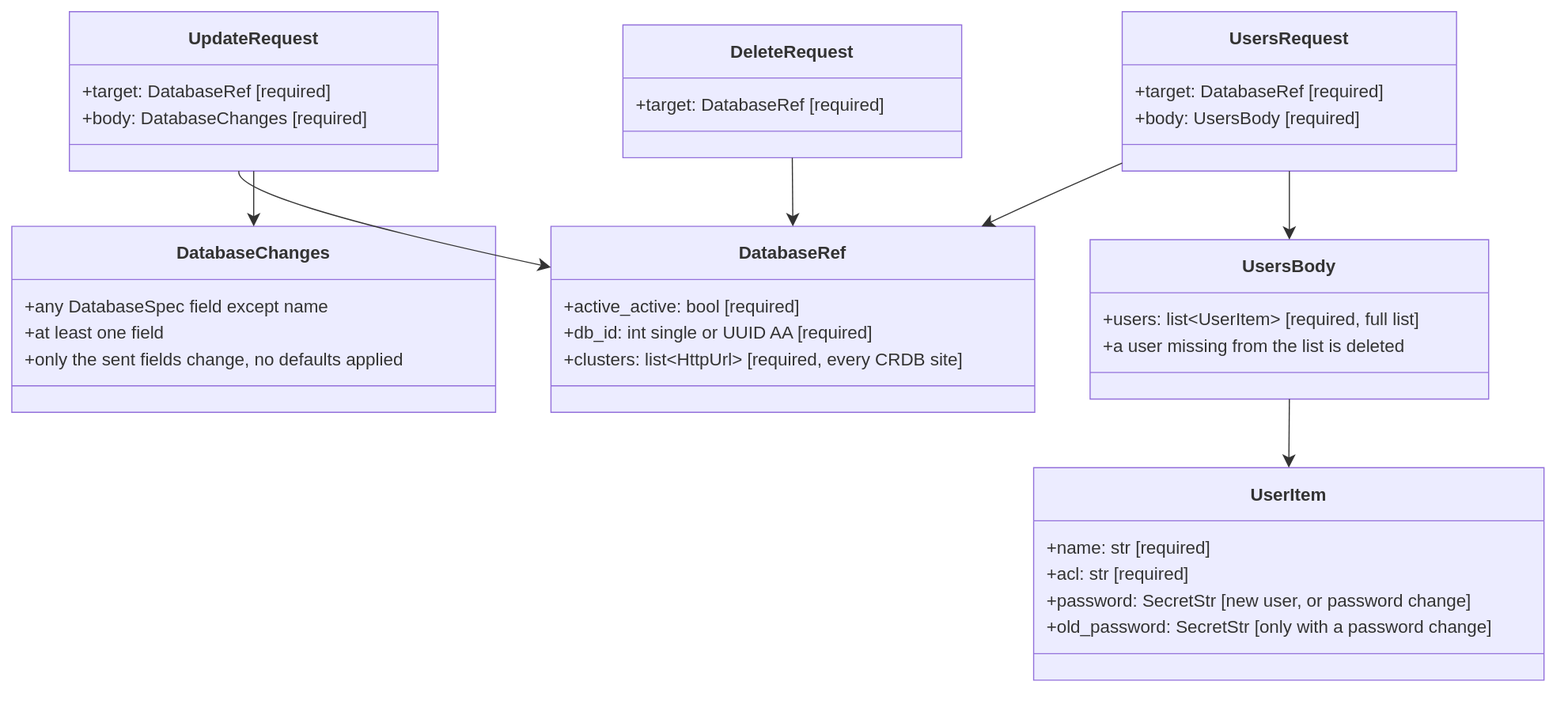
The draw.io diagram docs/dr/diagrams/20-api-models-edit.drawio.svg in EliShteinman/redis-enterprise-services, before a commit. Source tidied: cells renumbered, new cells last; positions are measured from the earlier drawing's top-left corner, leaving out a move shared by most shapes.
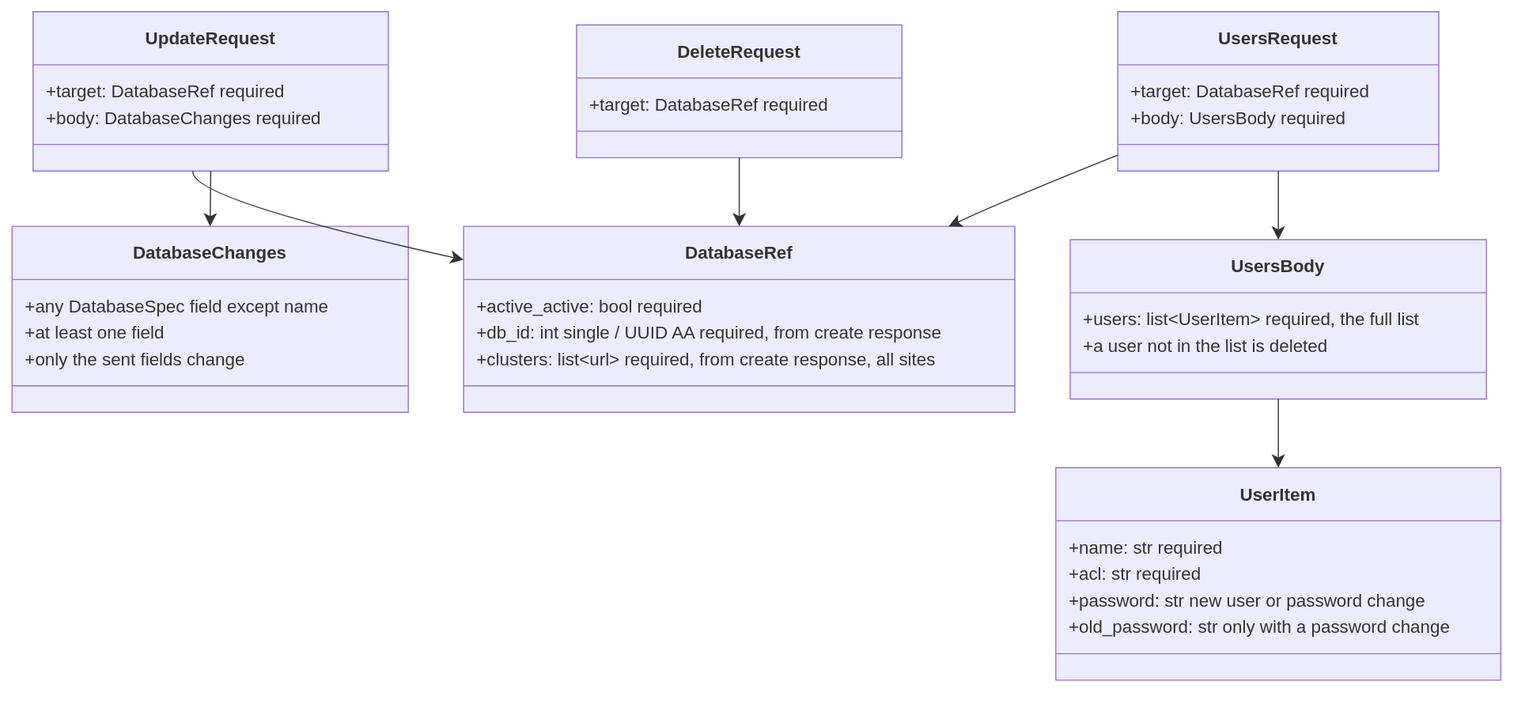
After the commit.

What changed in the source:
```diff
@@ -3,109 +3,109 @@
     <mxCell id="0" />
     <mxCell id="1" parent="0" />
     <mxCell id="2" value="&lt;b&gt;UpdateRequest&lt;/b&gt;" style="swimlane;html=1;fontStyle=1;fontSize=16;align=center;verticalAlign=middle;horizontal=1;startSize=48;swimlaneFillColor=light-dark(#ECECFF,#1f2020);whiteSpace=wrap;fillColor=light-dark(#ECECFF,#1f2020);strokeColor=light-dark(#9370DB,#cccccc);fontColor=light-dark(#333333,#cccccc);fontFamily=Trebuchet MS,Verdana,Arial,sans-serif;" parent="1" vertex="1">
-      <mxGeometry x="52" width="333" height="144" as="geometry" />
+      <mxGeometry x="19" width="321" height="144" as="geometry" />
     </mxCell>
-    <mxCell id="3" value="+target: DatabaseRef [required]" style="text;fontSize=16;strokeColor=none;fillColor=none;align=left;verticalAlign=middle;spacingLeft=10;spacingRight=12;spacingBottom=2;overflow=hidden;fontFamily=Trebuchet MS,Verdana,Arial,sans-serif;fontColor=light-dark(#333333,#cccccc);" parent="2" vertex="1">
-      <mxGeometry y="60" width="333" height="24" as="geometry" />
+    <mxCell id="3" value="+target: DatabaseRef required" style="text;fontSize=16;strokeColor=none;fillColor=none;align=left;verticalAlign=middle;spacingLeft=10;spacingRight=12;spacingBottom=2;overflow=hidden;fontFamily=Trebuchet MS,Verdana,Arial,sans-serif;fontColor=light-dark(#333333,#cccccc);" parent="2" vertex="1">
+      <mxGeometry y="60" width="321" height="24" as="geometry" />
     </mxCell>
-    <mxCell id="4" value="+body: DatabaseChanges [required]" style="text;fontSize=16;strokeColor=none;fillColor=none;align=left;verticalAlign=middle;spacingLeft=10;spacingRight=12;spacingBottom=2;overflow=hidden;fontFamily=Trebuchet MS,Verdana,Arial,sans-serif;fontColor=light-dark(#333333,#cccccc);" parent="2" vertex="1">
-      <mxGeometry y="84" width="333" height="24" as="geometry" />
+    <mxCell id="4" value="+body: DatabaseChanges required" style="text;fontSize=16;strokeColor=none;fillColor=none;align=left;verticalAlign=middle;spacingLeft=10;spacingRight=12;spacingBottom=2;overflow=hidden;fontFamily=Trebuchet MS,Verdana,Arial,sans-serif;fontColor=light-dark(#333333,#cccccc);" parent="2" vertex="1">
+      <mxGeometry y="84" width="321" height="24" as="geometry" />
     </mxCell>
     <mxCell id="5" style="line;strokeWidth=1;fillColor=none;spacingLeft=3;spacingRight=3;strokeColor=inherit;" parent="2" vertex="1">
-      <mxGeometry y="108" width="333" height="24" as="geometry" />
+      <mxGeometry y="108" width="321" height="24" as="geometry" />
     </mxCell>
     <mxCell id="6" value="&lt;b&gt;UsersRequest&lt;/b&gt;" style="swimlane;html=1;fontStyle=1;fontSize=16;align=center;verticalAlign=middle;horizontal=1;startSize=48;swimlaneFillColor=light-dark(#ECECFF,#1f2020);whiteSpace=wrap;fillColor=light-dark(#ECECFF,#1f2020);strokeColor=light-dark(#9370DB,#cccccc);fontColor=light-dark(#333333,#cccccc);fontFamily=Trebuchet MS,Verdana,Arial,sans-serif;" parent="1" vertex="1">
-      <mxGeometry x="1003" width="302" height="144" as="geometry" />
+      <mxGeometry x="999" width="290" height="144" as="geometry" />
     </mxCell>
-    <mxCell id="7" value="+target: DatabaseRef [required]" style="text;fontSize=16;strokeColor=none;fillColor=none;align=left;verticalAlign=middle;spacingLeft=10;spacingRight=12;spacingBottom=2;overflow=hidden;fontFamily=Trebuchet MS,Verdana,Arial,sans-serif;fontColor=light-dark(#333333,#cccccc);" parent="6" vertex="1">
-      <mxGeometry y="60" width="302" height="24" as="geometry" />
+    <mxCell id="7" value="+target: DatabaseRef required" style="text;fontSize=16;strokeColor=none;fillColor=none;align=left;verticalAlign=middle;spacingLeft=10;spacingRight=12;spacingBottom=2;overflow=hidden;fontFamily=Trebuchet MS,Verdana,Arial,sans-serif;fontColor=light-dark(#333333,#cccccc);" parent="6" vertex="1">
+      <mxGeometry y="60" width="290" height="24" as="geometry" />
     </mxCell>
-    <mxCell id="8" value="+body: UsersBody [required]" style="text;fontSize=16;strokeColor=none;fillColor=none;align=left;verticalAlign=middle;spacingLeft=10;spacingRight=12;spacingBottom=2;overflow=hidden;fontFamily=Trebuchet MS,Verdana,Arial,sans-serif;fontColor=light-dark(#333333,#cccccc);" parent="6" vertex="1">
-      <mxGeometry y="84" width="302" height="24" as="geometry" />
+    <mxCell id="8" value="+body: UsersBody required" style="text;fontSize=16;strokeColor=none;fillColor=none;align=left;verticalAlign=middle;spacingLeft=10;spacingRight=12;spacingBottom=2;overflow=hidden;fontFamily=Trebuchet MS,Verdana,Arial,sans-serif;fontColor=light-dark(#333333,#cccccc);" parent="6" vertex="1">
+      <mxGeometry y="84" width="290" height="24" as="geometry" />
     </mxCell>
     <mxCell id="9" style="line;strokeWidth=1;fillColor=none;spacingLeft=3;spacingRight=3;strokeColor=inherit;" parent="6" vertex="1">
-      <mxGeometry y="108" width="302" height="24" as="geometry" />
+      <mxGeometry y="108" width="290" height="24" as="geometry" />
     </mxCell>
     <mxCell id="10" value="&lt;b&gt;DeleteRequest&lt;/b&gt;" style="swimlane;html=1;fontStyle=1;fontSize=16;align=center;verticalAlign=middle;horizontal=1;startSize=48;swimlaneFillColor=light-dark(#ECECFF,#1f2020);whiteSpace=wrap;fillColor=light-dark(#ECECFF,#1f2020);strokeColor=light-dark(#9370DB,#cccccc);fontColor=light-dark(#333333,#cccccc);fontFamily=Trebuchet MS,Verdana,Arial,sans-serif;" parent="1" vertex="1">
-      <mxGeometry x="552" y="12" width="306" height="120" as="geometry" />
+      <mxGeometry x="510" y="12" width="294" height="120" as="geometry" />
     </mxCell>
-    <mxCell id="11" value="+target: DatabaseRef [required]" style="text;fontSize=16;strokeColor=none;fillColor=none;align=left;verticalAlign=middle;spacingLeft=10;spacingRight=12;spacingBottom=2;overflow=hidden;fontFamily=Trebuchet MS,Verdana,Arial,sans-serif;fontColor=light-dark(#333333,#cccccc);" parent="10" vertex="1">
-      <mxGeometry y="60" width="306" height="24" as="geometry" />
+    <mxCell id="11" value="+target: DatabaseRef required" style="text;fontSize=16;strokeColor=none;fillColor=none;align=left;verticalAlign=middle;spacingLeft=10;spacingRight=12;spacingBottom=2;overflow=hidden;fontFamily=Trebuchet MS,Verdana,Arial,sans-serif;fontColor=light-dark(#333333,#cccccc);" parent="10" vertex="1">
+      <mxGeometry y="60" width="294" height="24" as="geometry" />
     </mxCell>
     <mxCell id="12" style="line;strokeWidth=1;fillColor=none;spacingLeft=3;spacingRight=3;strokeColor=inherit;" parent="10" vertex="1">
-      <mxGeometry y="84" width="306" height="24" as="geometry" />
+      <mxGeometry y="84" width="294" height="24" as="geometry" />
     </mxCell>
     <mxCell id="13" value="&lt;b&gt;DatabaseRef&lt;/b&gt;" style="swimlane;html=1;fontStyle=1;fontSize=16;align=center;verticalAlign=middle;horizontal=1;startSize=48;swimlaneFillColor=light-dark(#ECECFF,#1f2020);whiteSpace=wrap;fillColor=light-dark(#ECECFF,#1f2020);strokeColor=light-dark(#9370DB,#cccccc);fontColor=light-dark(#333333,#cccccc);fontFamily=Trebuchet MS,Verdana,Arial,sans-serif;" parent="1" vertex="1">
-      <mxGeometry x="487" y="194" width="437" height="168" as="geometry" />
+      <mxGeometry x="408" y="194" width="498" height="168" as="geometry" />
     </mxCell>
-    <mxCell id="14" value="+active_active: bool [required]" style="text;fontSize=16;strokeColor=none;fillColor=none;align=left;verticalAlign=middle;spacingLeft=10;spacingRight=12;spacingBottom=2;overflow=hidden;fontFamily=Trebuchet MS,Verdana,Arial,sans-serif;fontColor=light-dark(#333333,#cccccc);" parent="13" vertex="1">
-      <mxGeometry y="60" width="437" height="24" as="geometry" />
+    <mxCell id="14" value="+active_active: bool required" style="text;fontSize=16;strokeColor=none;fillColor=none;align=left;verticalAlign=middle;spacingLeft=10;spacingRight=12;spacingBottom=2;overflow=hidden;fontFamily=Trebuchet MS,Verdana,Arial,sans-serif;fontColor=light-dark(#333333,#cccccc);" parent="13" vertex="1">
+      <mxGeometry y="60" width="498" height="24" as="geometry" />
     </mxCell>
-    <mxCell id="15" value="+db_id: int single or UUID AA [required]" style="text;fontSize=16;strokeColor=none;fillColor=none;align=left;verticalAlign=middle;spacingLeft=10;spacingRight=12;spacingBottom=2;overflow=hidden;fontFamily=Trebuchet MS,Verdana,Arial,sans-serif;fontColor=light-dark(#333333,#cccccc);" parent="13" vertex="1">
-      <mxGeometry y="84" width="437" height="24" as="geometry" />
+    <mxCell id="15" value="+db_id: int single / UUID AA required, from create response" style="text;fontSize=16;strokeColor=none;fillColor=none;align=left;verticalAlign=middle;spacingLeft=10;spacingRight=12;spacingBottom=2;overflow=hidden;fontFamily=Trebuchet MS,Verdana,Arial,sans-serif;fontColor=light-dark(#333333,#cccccc);" parent="13" vertex="1">
+      <mxGeometry y="84" width="498" height="24" as="geometry" />
     </mxCell>
-    <mxCell id="16" value="+clusters: list&lt;HttpUrl&gt; [required, every CRDB site]" style="text;fontSize=16;strokeColor=none;fillColor=none;align=left;verticalAlign=middle;spacingLeft=10;spacingRight=12;spacingBottom=2;overflow=hidden;fontFamily=Trebuchet MS,Verdana,Arial,sans-serif;fontColor=light-dark(#333333,#cccccc);" parent="13" vertex="1">
-      <mxGeometry y="108" width="437" height="24" as="geometry" />
+    <mxCell id="16" value="+clusters: list&lt;url&gt; required, from create response, all sites" style="text;fontSize=16;strokeColor=none;fillColor=none;align=left;verticalAlign=middle;spacingLeft=10;spacingRight=12;spacingBottom=2;overflow=hidden;fontFamily=Trebuchet MS,Verdana,Arial,sans-serif;fontColor=light-dark(#333333,#cccccc);" parent="13" vertex="1">
+      <mxGeometry y="108" width="498" height="24" as="geometry" />
     </mxCell>
     <mxCell id="17" style="line;strokeWidth=1;fillColor=none;spacingLeft=3;spacingRight=3;strokeColor=inherit;" parent="13" vertex="1">
-      <mxGeometry y="132" width="437" height="24" as="geometry" />
+      <mxGeometry y="132" width="498" height="24" as="geometry" />
     </mxCell>
     <mxCell id="18" value="&lt;b&gt;DatabaseChanges&lt;/b&gt;" style="swimlane;html=1;fontStyle=1;fontSize=16;align=center;verticalAlign=middle;horizontal=1;startSize=48;swimlaneFillColor=light-dark(#ECECFF,#1f2020);whiteSpace=wrap;fillColor=light-dark(#ECECFF,#1f2020);strokeColor=light-dark(#9370DB,#cccccc);fontColor=light-dark(#333333,#cccccc);fontFamily=Trebuchet MS,Verdana,Arial,sans-serif;" parent="1" vertex="1">
-      <mxGeometry y="194" width="437" height="168" as="geometry" />
+      <mxGeometry y="194" width="358" height="168" as="geometry" />
     </mxCell>
     <mxCell id="19" value="+any DatabaseSpec field except name" style="text;fontSize=16;strokeColor=none;fillColor=none;align=left;verticalAlign=middle;spacingLeft=10;spacingRight=12;spacingBottom=2;overflow=hidden;fontFamily=Trebuchet MS,Verdana,Arial,sans-serif;fontColor=light-dark(#333333,#cccccc);" parent="18" vertex="1">
-      <mxGeometry y="60" width="437" height="24" as="geometry" />
+      <mxGeometry y="60" width="358" height="24" as="geometry" />
     </mxCell>
     <mxCell id="20" value="+at least one field" style="text;fontSize=16;strokeColor=none;fillColor=none;align=left;verticalAlign=middle;spacingLeft=10;spacingRight=12;spacingBottom=2;overflow=hidden;fontFamily=Trebuchet MS,Verdana,Arial,sans-serif;fontColor=light-dark(#333333,#cccccc);" parent="18" vertex="1">
-      <mxGeometry y="84" width="437" height="24" as="geometry" />
+      <mxGeometry y="84" width="358" height="24" as="geometry" />
     </mxCell>
-    <mxCell id="21" value="+only the sent fields change, no defaults applied" style="text;fontSize=16;strokeColor=none;fillColor=none;align=left;verticalAlign=middle;spacingLeft=10;spacingRight=12;spacingBottom=2;overflow=hidden;fontFamily=Trebuchet MS,Verdana,Arial,sans-serif;fontColor=light-dark(#333333,#cccccc);" parent="18" vertex="1">
-      <mxGeometry y="108" width="437" height="24" as="geometry" />
+    <mxCell id="21" value="+only the sent fields change" style="text;fontSize=16;strokeColor=none;fillColor=none;align=left;verticalAlign=middle;spacingLeft=10;spacingRight=12;spacingBottom=2;overflow=hidden;fontFamily=Trebuchet MS,Verdana,Arial,sans-serif;fontColor=light-dark(#333333,#cccccc);" parent="18" vertex="1">
+      <mxGeometry y="108" width="358" height="24" as="geometry" />
     </mxCell>
     <mxCell id="22" style="line;strokeWidth=1;fillColor=none;spacingLeft=3;spacingRight=3;strokeColor=inherit;" parent="18" vertex="1">
-      <mxGeometry y="132" width="437" height="24" as="geometry" />
+      <mxGeometry y="132" width="358" height="24" as="geometry" />
     </mxCell>
     <mxCell id="23" value="&lt;b&gt;UsersBody&lt;/b&gt;" style="swimlane;html=1;fontStyle=1;fontSize=16;align=center;verticalAlign=middle;horizontal=1;startSize=48;swimlaneFillColor=light-dark(#ECECFF,#1f2020);whiteSpace=wrap;fillColor=light-dark(#ECECFF,#1f2020);strokeColor=light-dark(#9370DB,#cccccc);fontColor=light-dark(#333333,#cccccc);fontFamily=Trebuchet MS,Verdana,Arial,sans-serif;" parent="1" vertex="1">
-      <mxGeometry x="974" y="206" width="360" height="144" as="geometry" />
+      <mxGeometry x="956" y="206" width="376" height="144" as="geometry" />
     </mxCell>
-    <mxCell id="24" value="+users: list&lt;UserItem&gt; [required, full list]" style="text;fontSize=16;strokeColor=none;fillColor=none;align=left;verticalAlign=middle;spacingLeft=10;spacingRight=12;spacingBottom=2;overflow=hidden;fontFamily=Trebuchet MS,Verdana,Arial,sans-serif;fontColor=light-dark(#333333,#cccccc);" parent="23" vertex="1">
-      <mxGeometry y="60" width="360" height="24" as="geometry" />
+    <mxCell id="24" value="+users: list&lt;UserItem&gt; required, the full list" style="text;fontSize=16;strokeColor=none;fillColor=none;align=left;verticalAlign=middle;spacingLeft=10;spacingRight=12;spacingBottom=2;overflow=hidden;fontFamily=Trebuchet MS,Verdana,Arial,sans-serif;fontColor=light-dark(#333333,#cccccc);" parent="23" vertex="1">
+      <mxGeometry y="60" width="376" height="24" as="geometry" />
     </mxCell>
-    <mxCell id="25" value="+a user missing from the list is deleted" style="text;fontSize=16;strokeColor=none;fillColor=none;align=left;verticalAlign=middle;spacingLeft=10;spacingRight=12;spacingBottom=2;overflow=hidden;fontFamily=Trebuchet MS,Verdana,Arial,sans-serif;fontColor=light-dark(#333333,#cccccc);" parent="23" vertex="1">
-      <mxGeometry y="84" width="360" height="24" as="geometry" />
+    <mxCell id="25" value="+a user not in the list is deleted" style="text;fontSize=16;strokeColor=none;fillColor=none;align=left;verticalAlign=middle;spacingLeft=10;spacingRight=12;spacingBottom=2;overflow=hidden;fontFamily=Trebuchet MS,Verdana,Arial,sans-serif;fontColor=light-dark(#333333,#cccccc);" parent="23" vertex="1">
+      <mxGeometry y="84" width="376" height="24" as="geometry" />
     </mxCell>
     <mxCell id="26" style="line;strokeWidth=1;fillColor=none;spacingLeft=3;spacingRight=3;strokeColor=inherit;" parent="23" vertex="1">
-      <mxGeometry y="108" width="360" height="24" as="geometry" />
+      <mxGeometry y="108" width="376" height="24" as="geometry" />
     </mxCell>
     <mxCell id="27" value="&lt;b&gt;UserItem&lt;/b&gt;" style="swimlane;html=1;fontStyle=1;fontSize=16;align=center;verticalAlign=middle;horizontal=1;startSize=48;swimlaneFillColor=light-dark(#ECECFF,#1f2020);whiteSpace=wrap;fillColor=light-dark(#ECECFF,#1f2020);strokeColor=light-dark(#9370DB,#cccccc);fontColor=light-dark(#333333,#cccccc);fontFamily=Trebuchet MS,Verdana,Arial,sans-serif;" parent="1" vertex="1">
-      <mxGeometry x="923" y="412" width="461" height="192" as="geometry" />
+      <mxGeometry x="943" y="412" width="402" height="192" as="geometry" />
     </mxCell>
-    <mxCell id="28" value="+name: str [required]" style="text;fontSize=16;strokeColor=none;fillColor=none;align=left;verticalAlign=middle;spacingLeft=10;spacingRight=12;spacingBottom=2;overflow=hidden;fontFamily=Trebuchet MS,Verdana,Arial,sans-serif;fontColor=light-dark(#333333,#cccccc);" parent="27" vertex="1">
-      <mxGeometry y="60" width="461" height="24" as="geometry" />
+    <mxCell id="28" value="+name: str required" style="text;fontSize=16;strokeColor=none;fillColor=none;align=left;verticalAlign=middle;spacingLeft=10;spacingRight=12;spacingBottom=2;overflow=hidden;fontFamily=Trebuchet MS,Verdana,Arial,sans-serif;fontColor=light-dark(#333333,#cccccc);" parent="27" vertex="1">
+      <mxGeometry y="60" width="402" height="24" as="geometry" />
     </mxCell>
-    <mxCell id="29" value="+acl: str [required]" style="text;fontSize=16;strokeColor=none;fillColor=none;align=left;verticalAlign=middle;spacingLeft=10;spacingRight=12;spacingBottom=2;overflow=hidden;fontFamily=Trebuchet MS,Verdana,Arial,sans-serif;fontColor=light-dark(#333333,#cccccc);" parent="27" vertex="1">
-      <mxGeometry y="84" width="461" height="24" as="geometry" />
+    <mxCell id="29" value="+acl: str required" style="text;fontSize=16;strokeColor=none;fillColor=none;align=left;verticalAlign=middle;spacingLeft=10;spacingRight=12;spacingBottom=2;overflow=hidden;fontFamily=Trebuchet MS,Verdana,Arial,sans-serif;fontColor=light-dark(#333333,#cccccc);" parent="27" vertex="1">
+      <mxGeometry y="84" width="402" height="24" as="geometry" />
     </mxCell>
-    <mxCell id="30" value="+password: SecretStr [new user, or password change]" style="text;fontSize=16;strokeColor=none;fillColor=none;align=left;verticalAlign=middle;spacingLeft=10;spacingRight=12;spacingBottom=2;overflow=hidden;fontFamily=Trebuchet MS,Verdana,Arial,sans-serif;fontColor=light-dark(#333333,#cccccc);" parent="27" vertex="1">
-      <mxGeometry y="108" width="461" height="24" as="geometry" />
+    <mxCell id="30" value="+password: str new user or password change" style="text;fontSize=16;strokeColor=none;fillColor=none;align=left;verticalAlign=middle;spacingLeft=10;spacingRight=12;spacingBottom=2;overflow=hidden;fontFamily=Trebuchet MS,Verdana,Arial,sans-serif;fontColor=light-dark(#333333,#cccccc);" parent="27" vertex="1">
+      <mxGeometry y="108" width="402" height="24" as="geometry" />
     </mxCell>
-    <mxCell id="31" value="+old_password: SecretStr [only with a password change]" style="text;fontSize=16;strokeColor=none;fillColor=none;align=left;verticalAlign=middle;spacingLeft=10;spacingRight=12;spacingBottom=2;overflow=hidden;fontFamily=Trebuchet MS,Verdana,Arial,sans-serif;fontColor=light-dark(#333333,#cccccc);" parent="27" vertex="1">
-      <mxGeometry y="132" width="461" height="24" as="geometry" />
+    <mxCell id="31" value="+old_password: str only with a password change" style="text;fontSize=16;strokeColor=none;fillColor=none;align=left;verticalAlign=middle;spacingLeft=10;spacingRight=12;spacingBottom=2;overflow=hidden;fontFamily=Trebuchet MS,Verdana,Arial,sans-serif;fontColor=light-dark(#333333,#cccccc);" parent="27" vertex="1">
+      <mxGeometry y="132" width="402" height="24" as="geometry" />
     </mxCell>
     <mxCell id="32" style="line;strokeWidth=1;fillColor=none;spacingLeft=3;spacingRight=3;strokeColor=inherit;" parent="27" vertex="1">
-      <mxGeometry y="156" width="461" height="24" as="geometry" />
+      <mxGeometry y="156" width="402" height="24" as="geometry" />
     </mxCell>
-    <mxCell id="33" style="curved=1;startArrow=none;endArrow=classic;endSize=9;strokeColor=light-dark(#333333,#cccccc);exitX=0.46;exitY=1;entryX=0;entryY=0.22;" parent="1" edge="1" source="2" target="13">
+    <mxCell id="33" style="curved=1;startArrow=none;endArrow=classic;endSize=9;strokeColor=light-dark(#333333,#cccccc);exitX=0.45;exitY=1;entryX=0;entryY=0.18;" parent="1" edge="1" source="2" target="13">
       <mxGeometry relative="1" as="geometry">
         <Array as="points">
-          <mxPoint x="199" y="169" />
+          <mxPoint x="159" y="169" />
         </Array>
       </mxGeometry>
     </mxCell>
-    <mxCell id="34" style="curved=1;startArrow=none;endArrow=classic;endSize=9;strokeColor=light-dark(#333333,#cccccc);exitX=0;exitY=0.95;entryX=0.89;entryY=0;" parent="1" edge="1" source="6" target="13">
+    <mxCell id="34" style="curved=1;startArrow=none;endArrow=classic;endSize=9;strokeColor=light-dark(#333333,#cccccc);exitX=0;exitY=0.9;entryX=0.88;entryY=0;" parent="1" edge="1" source="6" target="13">
       <mxGeometry relative="1" as="geometry">
         <Array as="points">
-          <mxPoint x="929" y="169" />
+          <mxPoint x="900" y="169" />
         </Array>
       </mxGeometry>
     </mxCell>
```
